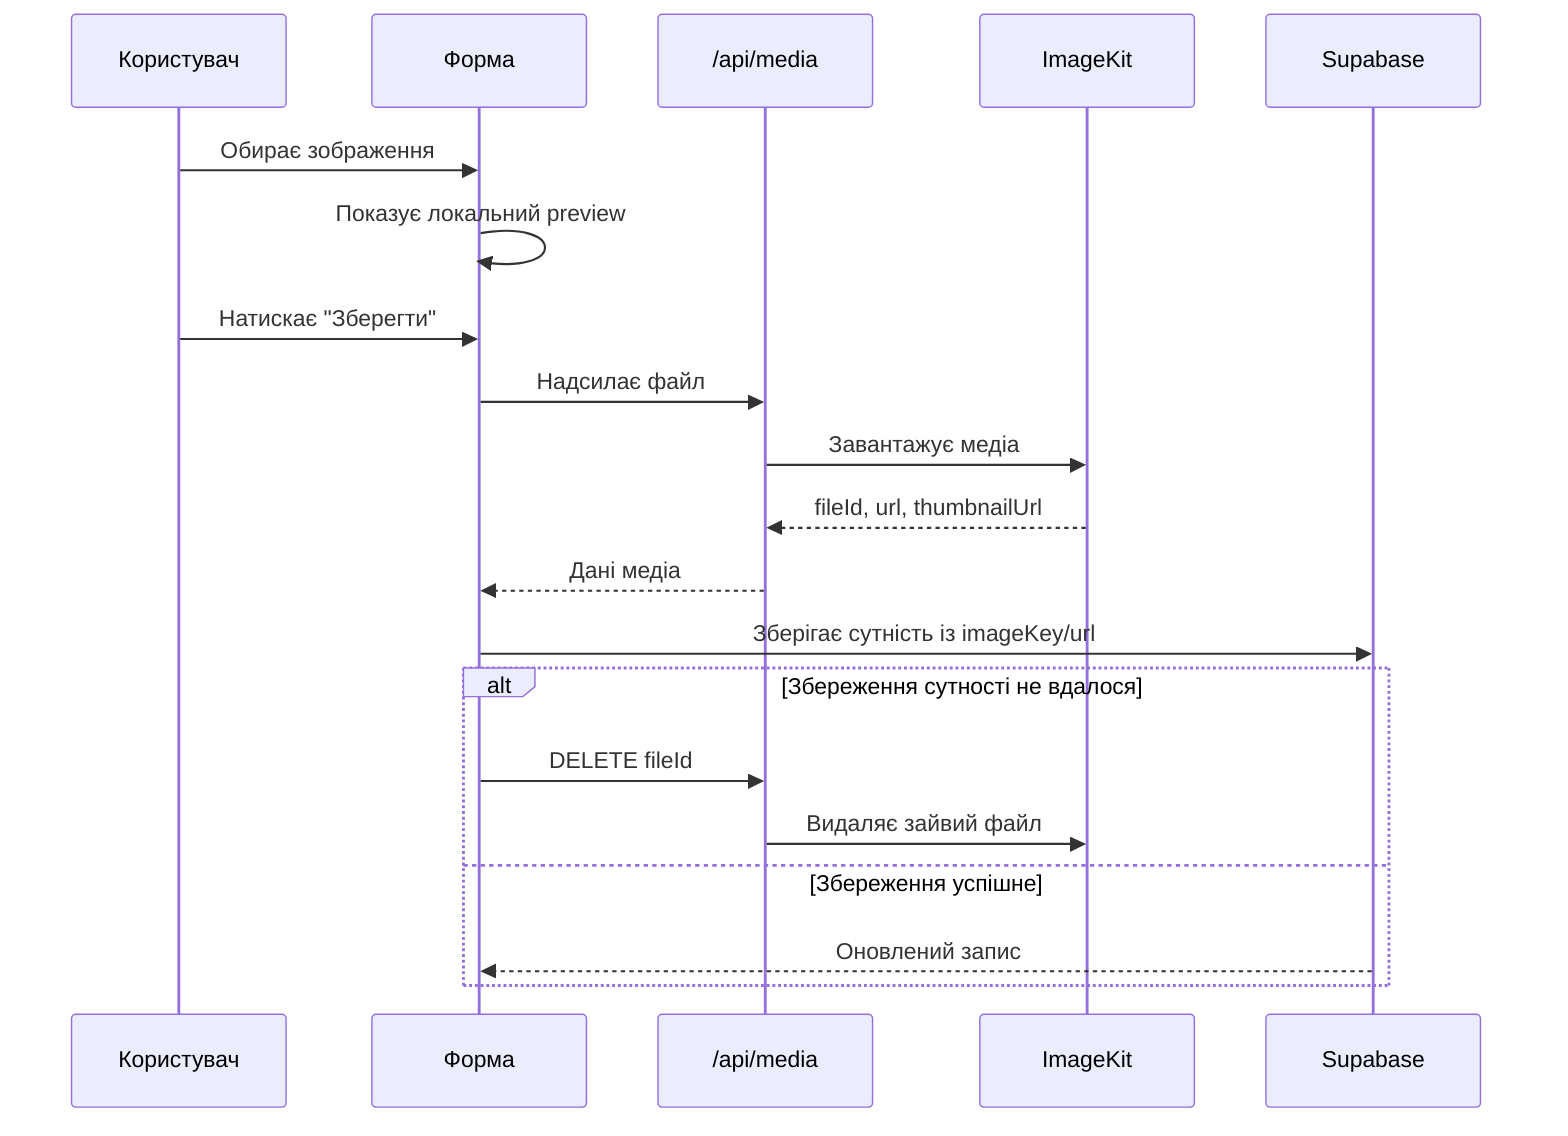
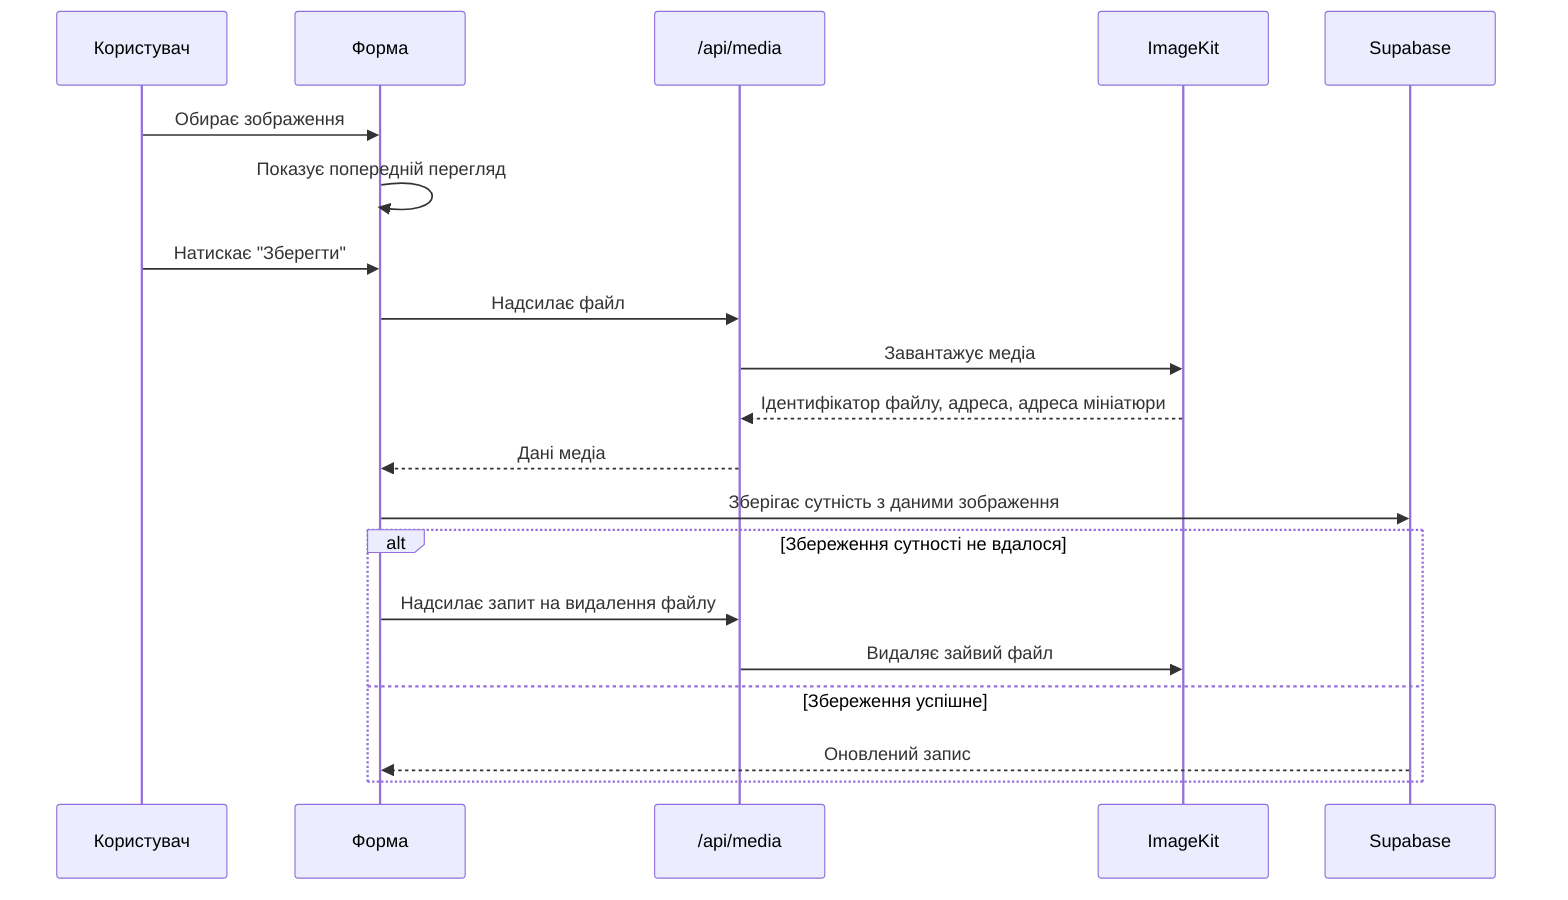
sequenceDiagram
  participant U as Користувач
  participant F as Форма
  participant API as /api/media
  participant IK as ImageKit
  participant DB as Supabase

  U->>F: Обирає зображення
-   F->>F: Показує локальний preview
+   F->>F: Показує попередній перегляд
  U->>F: Натискає "Зберегти"
  F->>API: Надсилає файл
  API->>IK: Завантажує медіа
-   IK-->>API: fileId, url, thumbnailUrl
+   IK-->>API: Ідентифікатор файлу, адреса, адреса мініатюри
  API-->>F: Дані медіа
-   F->>DB: Зберігає сутність із imageKey/url
+   F->>DB: Зберігає сутність з даними зображення
  alt Збереження сутності не вдалося
-     F->>API: DELETE fileId
+     F->>API: Надсилає запит на видалення файлу
    API->>IK: Видаляє зайвий файл
  else Збереження успішне
    DB-->>F: Оновлений запис
  end
